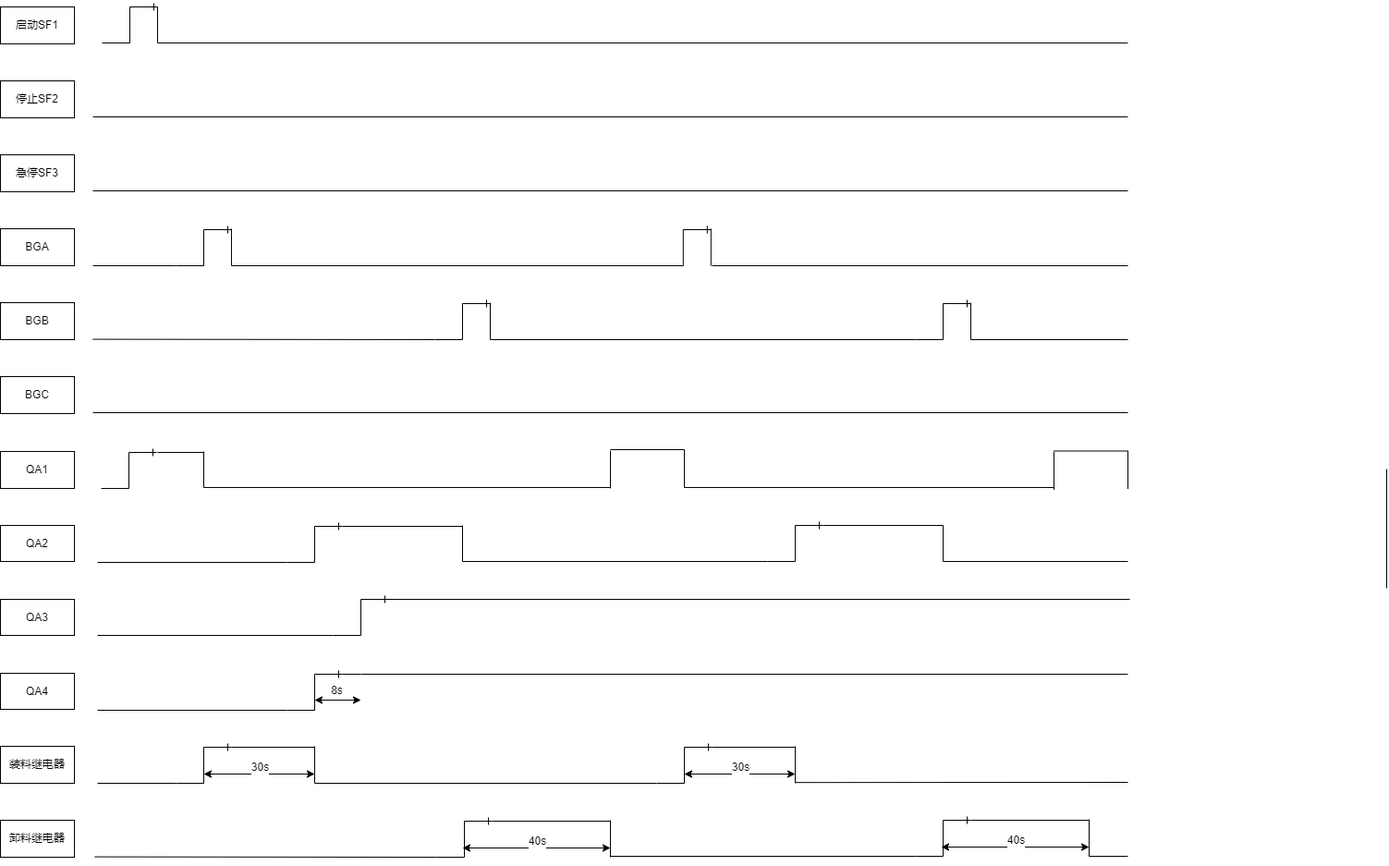
Above: timedia.drawio.png in mj-allk/mjalk (draw.io), before the change. Source tidied: cells renumbered, new cells last; positions are measured from the earlier drawing's top-left corner, leaving out a move shared by most shapes.
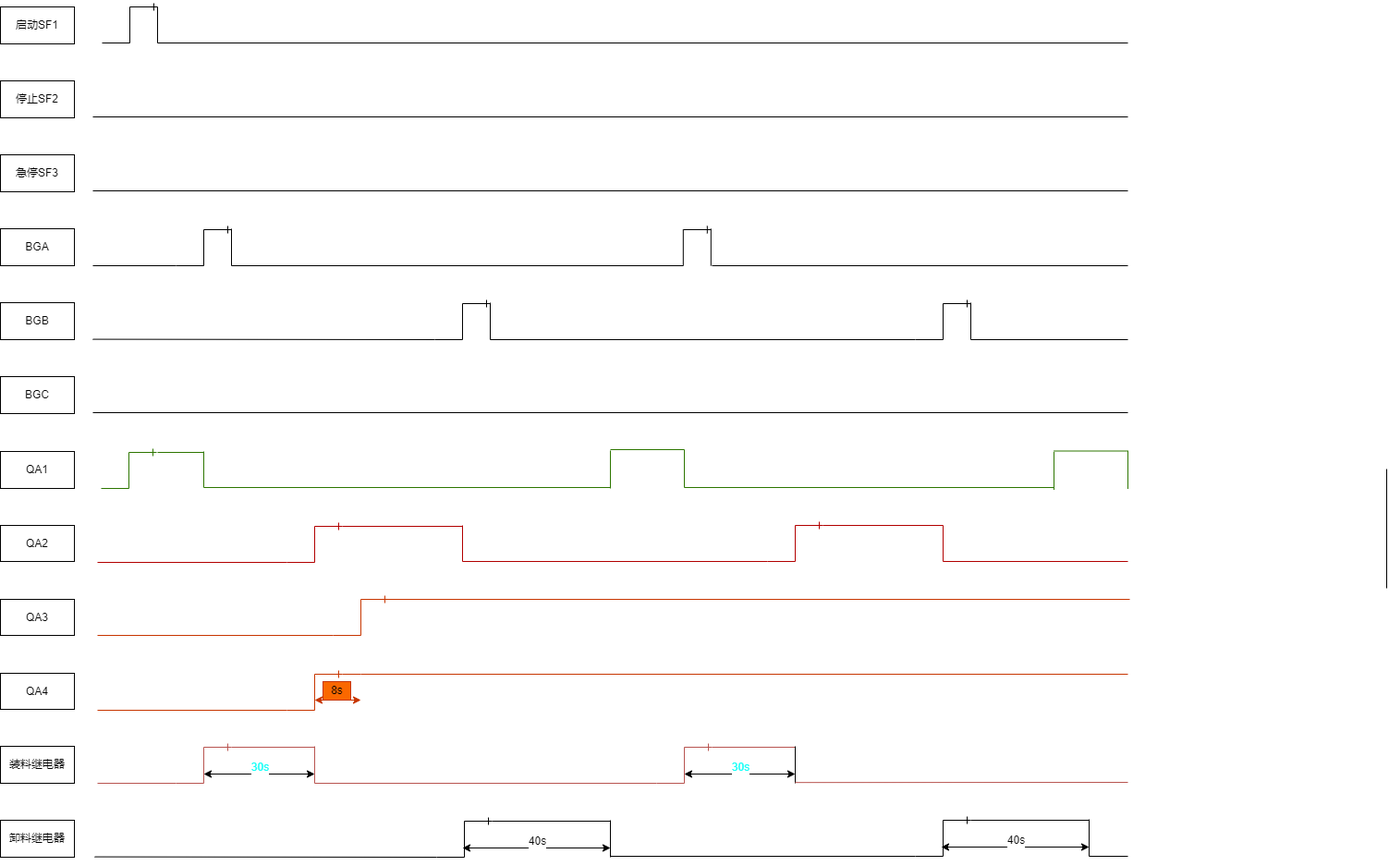
Later version of the same file.

The edit, as a diff of the source:
```diff
@@ -47,13 +47,13 @@
     <mxCell id="14" style="line;strokeWidth=1;dashed=0;labelPosition=right;align=left;verticalAlign=middle;spacingTop=0;spacingLeft=6;" parent="1" vertex="1">
       <mxGeometry x="170" y="34" width="1050" height="10" as="geometry" />
     </mxCell>
-    <mxCell id="15" style="edgeStyle=entityRelationEdgeStyle;fontSize=12;html=1;endArrow=ERone;endFill=1;rounded=0;" parent="1" edge="1">
+    <mxCell id="15" style="edgeStyle=entityRelationEdgeStyle;fontSize=12;html=1;endArrow=ERone;endFill=1;rounded=0;fillColor=#60a917;strokeColor=#2D7600;" parent="1" edge="1">
       <mxGeometry relative="1" as="geometry">
         <mxPoint x="109" y="521" as="sourcePoint" />
         <mxPoint x="169" y="482" as="targetPoint" />
       </mxGeometry>
     </mxCell>
-    <mxCell id="16" style="endArrow=none;html=1;rounded=0;" parent="1" edge="1">
+    <mxCell id="16" style="endArrow=none;html=1;rounded=0;fillColor=#60a917;strokeColor=#2D7600;" parent="1" edge="1">
       <mxGeometry relative="1" as="geometry">
         <mxPoint x="170" y="482" as="sourcePoint" />
         <mxPoint x="220" y="482" as="targetPoint" />
@@ -71,10 +71,10 @@
         <mxPoint x="250" y="241" as="targetPoint" />
       </mxGeometry>
     </mxCell>
-    <mxCell id="19" style="line;strokeWidth=1;dashed=0;labelPosition=right;align=left;verticalAlign=middle;spacingTop=0;spacingLeft=6;" parent="1" vertex="1">
+    <mxCell id="19" style="line;strokeWidth=1;dashed=0;labelPosition=right;align=left;verticalAlign=middle;spacingTop=0;spacingLeft=6;fillColor=#60a917;strokeColor=#2D7600;fontColor=#ffffff;" parent="1" vertex="1">
       <mxGeometry x="220" y="515" width="440" height="10" as="geometry" />
     </mxCell>
-    <mxCell id="20" style="endArrow=none;html=1;rounded=0;" parent="1" edge="1">
+    <mxCell id="20" style="endArrow=none;html=1;rounded=0;fillColor=#60a917;strokeColor=#2D7600;" parent="1" edge="1">
       <mxGeometry relative="1" as="geometry">
         <mxPoint x="220" y="520" as="sourcePoint" />
         <mxPoint x="220" y="481" as="targetPoint" />
@@ -95,28 +95,28 @@
     <mxCell id="24" value="卸料继电器" style="rounded=0;whiteSpace=wrap;html=1;" parent="1" vertex="1">
       <mxGeometry y="880" width="80" height="40" as="geometry" />
     </mxCell>
-    <mxCell id="25" style="line;strokeWidth=1;dashed=0;labelPosition=right;align=left;verticalAlign=middle;spacingTop=0;spacingLeft=6;" parent="1" vertex="1">
+    <mxCell id="25" style="line;strokeWidth=1;dashed=0;labelPosition=right;align=left;verticalAlign=middle;spacingTop=0;spacingLeft=6;fillColor=#f8cecc;gradientColor=#ea6b66;strokeColor=#b85450;" parent="1" vertex="1">
       <mxGeometry x="105" y="835" width="85" height="10" as="geometry" />
     </mxCell>
-    <mxCell id="26" style="edgeStyle=entityRelationEdgeStyle;fontSize=12;html=1;endArrow=ERone;endFill=1;rounded=0;" parent="1" edge="1">
+    <mxCell id="26" style="edgeStyle=entityRelationEdgeStyle;fontSize=12;html=1;endArrow=ERone;endFill=1;rounded=0;fontColor=#14FFF7;fillColor=#f8cecc;gradientColor=#ea6b66;strokeColor=#b85450;" parent="1" edge="1">
       <mxGeometry relative="1" as="geometry">
         <mxPoint x="190" y="840" as="sourcePoint" />
         <mxPoint x="250" y="801" as="targetPoint" />
       </mxGeometry>
     </mxCell>
-    <mxCell id="27" style="endArrow=none;html=1;rounded=0;" parent="1" edge="1">
+    <mxCell id="27" style="endArrow=none;html=1;rounded=0;fontColor=#14FFF7;fillColor=#f8cecc;gradientColor=#ea6b66;strokeColor=#b85450;" parent="1" edge="1">
       <mxGeometry relative="1" as="geometry">
         <mxPoint x="250" y="801" as="sourcePoint" />
         <mxPoint x="340" y="801" as="targetPoint" />
       </mxGeometry>
     </mxCell>
-    <mxCell id="28" style="endArrow=classic;startArrow=classic;html=1;rounded=0;fontSize=18;" parent="1" edge="1">
+    <mxCell id="28" style="endArrow=classic;startArrow=classic;html=1;rounded=0;fontSize=18;fontColor=#14FFF7;" parent="1" edge="1">
       <mxGeometry relative="1" as="geometry">
         <mxPoint x="220" y="830" as="sourcePoint" />
         <mxPoint x="340" y="830" as="targetPoint" />
       </mxGeometry>
     </mxCell>
-    <mxCell id="29" value="&lt;font style=&quot;font-size: 12px&quot;&gt;30s&lt;/font&gt;" style="edgeLabel;html=1;align=center;verticalAlign=middle;fontSize=18;" parent="28" vertex="1">
+    <mxCell id="29" value="&lt;font style=&quot;font-size: 12px&quot;&gt;30s&lt;/font&gt;" style="edgeLabel;html=1;align=center;verticalAlign=middle;fontSize=18;fontColor=#14FFF7;" parent="28" vertex="1">
       <mxGeometry x="0.31" y="-3" relative="1" as="geometry">
         <mxPoint x="-18" y="-13" as="offset" />
       </mxGeometry>
@@ -127,79 +127,79 @@
         <mxPoint x="1500" y="500" as="targetPoint" />
       </mxGeometry>
     </mxCell>
-    <mxCell id="31" style="endArrow=none;html=1;rounded=0;" parent="1" edge="1">
+    <mxCell id="31" style="endArrow=none;html=1;rounded=0;fontColor=#14FFF7;fillColor=#f8cecc;gradientColor=#ea6b66;strokeColor=#b85450;" parent="1" edge="1">
       <mxGeometry relative="1" as="geometry">
         <mxPoint x="340" y="840" as="sourcePoint" />
         <mxPoint x="340" y="800" as="targetPoint" />
       </mxGeometry>
     </mxCell>
-    <mxCell id="32" style="endArrow=none;html=1;rounded=0;" parent="1" edge="1">
+    <mxCell id="32" style="endArrow=none;html=1;rounded=0;fillColor=#e51400;strokeColor=#B20000;" parent="1" edge="1">
       <mxGeometry relative="1" as="geometry">
         <mxPoint x="105" y="601" as="sourcePoint" />
         <mxPoint x="310" y="601" as="targetPoint" />
       </mxGeometry>
     </mxCell>
-    <mxCell id="33" style="edgeStyle=entityRelationEdgeStyle;fontSize=12;html=1;endArrow=ERone;endFill=1;rounded=0;" parent="1" edge="1">
+    <mxCell id="33" style="edgeStyle=entityRelationEdgeStyle;fontSize=12;html=1;endArrow=ERone;endFill=1;rounded=0;fillColor=#e51400;strokeColor=#B20000;" parent="1" edge="1">
       <mxGeometry relative="1" as="geometry">
         <mxPoint x="310" y="601" as="sourcePoint" />
         <mxPoint x="370" y="562" as="targetPoint" />
       </mxGeometry>
     </mxCell>
-    <mxCell id="34" style="endArrow=none;html=1;rounded=0;" parent="1" edge="1">
+    <mxCell id="34" style="endArrow=none;html=1;rounded=0;fontColor=#14FFF7;fillColor=#f8cecc;gradientColor=#ea6b66;strokeColor=#b85450;" parent="1" edge="1">
       <mxGeometry relative="1" as="geometry">
         <mxPoint x="340" y="840" as="sourcePoint" />
         <mxPoint x="710" y="840" as="targetPoint" />
       </mxGeometry>
     </mxCell>
-    <mxCell id="35" style="endArrow=none;html=1;rounded=0;" parent="1" edge="1">
+    <mxCell id="35" style="endArrow=none;html=1;rounded=0;fillColor=#fa6800;strokeColor=#C73500;" parent="1" edge="1">
       <mxGeometry relative="1" as="geometry">
         <mxPoint x="105" y="761" as="sourcePoint" />
         <mxPoint x="310" y="761" as="targetPoint" />
       </mxGeometry>
     </mxCell>
-    <mxCell id="36" style="edgeStyle=entityRelationEdgeStyle;fontSize=12;html=1;endArrow=ERone;endFill=1;rounded=0;" parent="1" edge="1">
+    <mxCell id="36" style="edgeStyle=entityRelationEdgeStyle;fontSize=12;html=1;endArrow=ERone;endFill=1;rounded=0;fillColor=#fa6800;strokeColor=#C73500;" parent="1" edge="1">
       <mxGeometry relative="1" as="geometry">
         <mxPoint x="310" y="761" as="sourcePoint" />
         <mxPoint x="370" y="722" as="targetPoint" />
       </mxGeometry>
     </mxCell>
-    <mxCell id="37" style="endArrow=none;html=1;rounded=0;" parent="1" edge="1">
+    <mxCell id="37" style="endArrow=none;html=1;rounded=0;fillColor=#fa6800;strokeColor=#C73500;" parent="1" edge="1">
       <mxGeometry relative="1" as="geometry">
         <mxPoint x="105" y="680" as="sourcePoint" />
         <mxPoint x="360" y="680" as="targetPoint" />
       </mxGeometry>
     </mxCell>
-    <mxCell id="38" style="edgeStyle=entityRelationEdgeStyle;fontSize=12;html=1;endArrow=ERone;endFill=1;rounded=0;" parent="1" edge="1">
+    <mxCell id="38" style="edgeStyle=entityRelationEdgeStyle;fontSize=12;html=1;endArrow=ERone;endFill=1;rounded=0;fillColor=#fa6800;strokeColor=#C73500;" parent="1" edge="1">
       <mxGeometry relative="1" as="geometry">
         <mxPoint x="360" y="680" as="sourcePoint" />
         <mxPoint x="420" y="641" as="targetPoint" />
       </mxGeometry>
     </mxCell>
-    <mxCell id="39" style="line;strokeWidth=1;dashed=0;labelPosition=right;align=left;verticalAlign=middle;spacingTop=0;spacingLeft=6;fontSize=12;" parent="1" vertex="1">
+    <mxCell id="39" style="line;strokeWidth=1;dashed=0;labelPosition=right;align=left;verticalAlign=middle;spacingTop=0;spacingLeft=6;fontSize=12;fillColor=#fa6800;fontColor=#000000;strokeColor=#C73500;" parent="1" vertex="1">
       <mxGeometry x="370" y="717" width="20" height="10" as="geometry" />
     </mxCell>
-    <mxCell id="40" style="endArrow=classic;startArrow=classic;html=1;rounded=0;fontSize=18;" parent="1" edge="1">
+    <mxCell id="40" style="endArrow=classic;startArrow=classic;html=1;rounded=0;fontSize=18;fillColor=#fa6800;strokeColor=#C73500;" parent="1" edge="1">
       <mxGeometry relative="1" as="geometry">
         <mxPoint x="340" y="750" as="sourcePoint" />
         <mxPoint x="390" y="750" as="targetPoint" />
       </mxGeometry>
     </mxCell>
-    <mxCell id="41" value="8s" style="text;html=1;align=center;verticalAlign=middle;strokeColor=none;fillColor=none;fontSize=12;" parent="1" vertex="1">
+    <mxCell id="41" value="8s" style="text;html=1;align=center;verticalAlign=middle;strokeColor=#C73500;fillColor=#fa6800;fontSize=12;fontColor=#000000;" parent="1" vertex="1">
       <mxGeometry x="349" y="730" width="30" height="20" as="geometry" />
     </mxCell>
-    <mxCell id="42" style="endArrow=none;html=1;rounded=0;fontSize=12;" parent="1" edge="1">
+    <mxCell id="42" style="endArrow=none;html=1;rounded=0;fontSize=12;fillColor=#e51400;strokeColor=#B20000;" parent="1" edge="1">
       <mxGeometry relative="1" as="geometry">
         <mxPoint x="370" y="562" as="sourcePoint" />
         <mxPoint x="500" y="562" as="targetPoint" />
       </mxGeometry>
     </mxCell>
-    <mxCell id="43" style="endArrow=none;html=1;rounded=0;fontSize=12;" parent="1" edge="1">
+    <mxCell id="43" style="endArrow=none;html=1;rounded=0;fontSize=12;fillColor=#fa6800;strokeColor=#C73500;" parent="1" edge="1">
       <mxGeometry relative="1" as="geometry">
         <mxPoint x="412" y="641" as="sourcePoint" />
         <mxPoint x="1222" y="641" as="targetPoint" />
       </mxGeometry>
     </mxCell>
-    <mxCell id="44" style="endArrow=none;html=1;rounded=0;fontSize=12;" parent="1" edge="1">
+    <mxCell id="44" style="endArrow=none;html=1;rounded=0;fontSize=12;fillColor=#fa6800;strokeColor=#C73500;" parent="1" edge="1">
       <mxGeometry relative="1" as="geometry">
         <mxPoint x="390" y="722" as="sourcePoint" />
         <mxPoint x="1220" y="722" as="targetPoint" />
@@ -226,13 +226,13 @@
         <mxPoint x="470" y="360" as="targetPoint" />
       </mxGeometry>
     </mxCell>
-    <mxCell id="49" style="endArrow=none;html=1;rounded=0;" parent="1" edge="1">
+    <mxCell id="49" style="endArrow=none;html=1;rounded=0;fillColor=#e51400;strokeColor=#B20000;" parent="1" edge="1">
       <mxGeometry relative="1" as="geometry">
         <mxPoint x="500" y="600" as="sourcePoint" />
         <mxPoint x="500" y="561" as="targetPoint" />
       </mxGeometry>
     </mxCell>
-    <mxCell id="50" style="line;strokeWidth=1;dashed=0;labelPosition=right;align=left;verticalAlign=middle;spacingTop=0;spacingLeft=6;" parent="1" vertex="1">
+    <mxCell id="50" style="line;strokeWidth=1;dashed=0;labelPosition=right;align=left;verticalAlign=middle;spacingTop=0;spacingLeft=6;fillColor=#e51400;fontColor=#ffffff;strokeColor=#B20000;" parent="1" vertex="1">
       <mxGeometry x="500" y="595" width="330" height="10" as="geometry" />
     </mxCell>
     <mxCell id="51" style="edgeStyle=entityRelationEdgeStyle;fontSize=12;html=1;endArrow=ERone;endFill=1;rounded=0;" parent="1" edge="1">
@@ -270,13 +270,13 @@
     <mxCell id="57" style="line;strokeWidth=1;dashed=0;labelPosition=right;align=left;verticalAlign=middle;spacingTop=0;spacingLeft=6;" parent="1" vertex="1">
       <mxGeometry x="660" y="914" width="330" height="10" as="geometry" />
     </mxCell>
-    <mxCell id="58" style="endArrow=none;html=1;rounded=0;" parent="1" edge="1">
+    <mxCell id="58" style="endArrow=none;html=1;rounded=0;fillColor=#60a917;strokeColor=#2D7600;" parent="1" edge="1">
       <mxGeometry relative="1" as="geometry">
         <mxPoint x="660" y="521" as="sourcePoint" />
         <mxPoint x="660" y="480" as="targetPoint" />
       </mxGeometry>
     </mxCell>
-    <mxCell id="59" style="line;strokeWidth=1;dashed=0;labelPosition=right;align=left;verticalAlign=middle;spacingTop=0;spacingLeft=6;" parent="1" vertex="1">
+    <mxCell id="59" style="line;strokeWidth=1;dashed=0;labelPosition=right;align=left;verticalAlign=middle;spacingTop=0;spacingLeft=6;fillColor=#60a917;strokeColor=#2D7600;fontColor=#ffffff;" parent="1" vertex="1">
       <mxGeometry x="660" y="474" width="80" height="10" as="geometry" />
     </mxCell>
     <mxCell id="60" style="edgeStyle=entityRelationEdgeStyle;fontSize=12;html=1;endArrow=ERone;endFill=1;rounded=0;" parent="1" edge="1">
@@ -291,66 +291,66 @@
         <mxPoint x="768.8" y="240" as="targetPoint" />
       </mxGeometry>
     </mxCell>
-    <mxCell id="62" style="endArrow=none;html=1;rounded=0;" parent="1" edge="1">
+    <mxCell id="62" style="endArrow=none;html=1;rounded=0;fillColor=#60a917;strokeColor=#2D7600;" parent="1" edge="1">
       <mxGeometry relative="1" as="geometry">
         <mxPoint x="740" y="520" as="sourcePoint" />
         <mxPoint x="740" y="479" as="targetPoint" />
       </mxGeometry>
     </mxCell>
-    <mxCell id="63" style="line;strokeWidth=1;dashed=0;labelPosition=right;align=left;verticalAlign=middle;spacingTop=0;spacingLeft=6;" parent="1" vertex="1">
+    <mxCell id="63" style="line;strokeWidth=1;dashed=0;labelPosition=right;align=left;verticalAlign=middle;spacingTop=0;spacingLeft=6;fillColor=#60a917;strokeColor=#2D7600;fontColor=#ffffff;" parent="1" vertex="1">
       <mxGeometry x="740" y="515" width="400" height="10" as="geometry" />
     </mxCell>
     <mxCell id="64" style="line;strokeWidth=1;dashed=0;labelPosition=right;align=left;verticalAlign=middle;spacingTop=0;spacingLeft=6;" parent="1" vertex="1">
       <mxGeometry x="770" y="275" width="450" height="10" as="geometry" />
     </mxCell>
-    <mxCell id="65" style="edgeStyle=entityRelationEdgeStyle;fontSize=12;html=1;endArrow=ERone;endFill=1;rounded=0;" parent="1" edge="1">
+    <mxCell id="65" style="edgeStyle=entityRelationEdgeStyle;fontSize=12;html=1;endArrow=ERone;endFill=1;rounded=0;fontColor=#14FFF7;fillColor=#f8cecc;gradientColor=#ea6b66;strokeColor=#b85450;" parent="1" edge="1">
       <mxGeometry relative="1" as="geometry">
         <mxPoint x="710" y="840" as="sourcePoint" />
         <mxPoint x="770" y="801" as="targetPoint" />
       </mxGeometry>
     </mxCell>
-    <mxCell id="66" style="endArrow=none;html=1;rounded=0;" parent="1" edge="1">
+    <mxCell id="66" style="endArrow=none;html=1;rounded=0;fontColor=#14FFF7;fillColor=#f8cecc;gradientColor=#ea6b66;strokeColor=#b85450;" parent="1" edge="1">
       <mxGeometry relative="1" as="geometry">
         <mxPoint x="770" y="801" as="sourcePoint" />
         <mxPoint x="860" y="801" as="targetPoint" />
       </mxGeometry>
     </mxCell>
-    <mxCell id="67" style="endArrow=classic;startArrow=classic;html=1;rounded=0;fontSize=18;" parent="1" edge="1">
+    <mxCell id="67" style="endArrow=classic;startArrow=classic;html=1;rounded=0;fontSize=18;fontColor=#14FFF7;" parent="1" edge="1">
       <mxGeometry relative="1" as="geometry">
         <mxPoint x="740" y="830" as="sourcePoint" />
         <mxPoint x="860" y="830" as="targetPoint" />
       </mxGeometry>
     </mxCell>
-    <mxCell id="68" value="&lt;font style=&quot;font-size: 12px&quot;&gt;30s&lt;/font&gt;" style="edgeLabel;html=1;align=center;verticalAlign=middle;fontSize=18;" parent="67" vertex="1">
+    <mxCell id="68" value="&lt;font style=&quot;font-size: 12px&quot;&gt;30s&lt;/font&gt;" style="edgeLabel;html=1;align=center;verticalAlign=middle;fontSize=18;fontColor=#14FFF7;" parent="67" vertex="1">
       <mxGeometry x="0.31" y="-3" relative="1" as="geometry">
         <mxPoint x="-18" y="-13" as="offset" />
       </mxGeometry>
     </mxCell>
-    <mxCell id="69" style="endArrow=none;html=1;rounded=0;" parent="1" edge="1">
+    <mxCell id="69" style="endArrow=none;html=1;rounded=0;fontColor=#14FFF7;" parent="1" edge="1">
       <mxGeometry relative="1" as="geometry">
         <mxPoint x="860" y="840" as="sourcePoint" />
         <mxPoint x="860" y="800" as="targetPoint" />
       </mxGeometry>
     </mxCell>
-    <mxCell id="70" style="edgeStyle=entityRelationEdgeStyle;fontSize=12;html=1;endArrow=ERone;endFill=1;rounded=0;" parent="1" edge="1">
+    <mxCell id="70" style="edgeStyle=entityRelationEdgeStyle;fontSize=12;html=1;endArrow=ERone;endFill=1;rounded=0;fillColor=#e51400;strokeColor=#B20000;" parent="1" edge="1">
       <mxGeometry relative="1" as="geometry">
         <mxPoint x="830" y="600" as="sourcePoint" />
         <mxPoint x="890" y="561" as="targetPoint" />
       </mxGeometry>
     </mxCell>
-    <mxCell id="71" style="endArrow=none;html=1;rounded=0;fontSize=12;" parent="1" edge="1">
+    <mxCell id="71" style="endArrow=none;html=1;rounded=0;fontSize=12;fillColor=#e51400;strokeColor=#B20000;" parent="1" edge="1">
       <mxGeometry relative="1" as="geometry">
         <mxPoint x="890" y="561" as="sourcePoint" />
         <mxPoint x="1020" y="561" as="targetPoint" />
       </mxGeometry>
     </mxCell>
-    <mxCell id="72" style="endArrow=none;html=1;rounded=0;" parent="1" edge="1">
+    <mxCell id="72" style="endArrow=none;html=1;rounded=0;fillColor=#e51400;strokeColor=#B20000;" parent="1" edge="1">
       <mxGeometry relative="1" as="geometry">
         <mxPoint x="1020" y="600" as="sourcePoint" />
         <mxPoint x="1020" y="561" as="targetPoint" />
       </mxGeometry>
     </mxCell>
-    <mxCell id="73" style="endArrow=none;html=1;rounded=0;" parent="1" edge="1">
+    <mxCell id="73" style="endArrow=none;html=1;rounded=0;fontColor=#14FFF7;fillColor=#f8cecc;gradientColor=#ea6b66;strokeColor=#b85450;" parent="1" edge="1">
       <mxGeometry relative="1" as="geometry">
         <mxPoint x="860" y="839.2" as="sourcePoint" />
         <mxPoint x="1220" y="839" as="targetPoint" />
@@ -394,7 +394,7 @@
         <mxPoint x="1178" y="879" as="targetPoint" />
       </mxGeometry>
     </mxCell>
-    <mxCell id="81" style="line;strokeWidth=1;dashed=0;labelPosition=right;align=left;verticalAlign=middle;spacingTop=0;spacingLeft=6;" parent="1" vertex="1">
+    <mxCell id="81" style="line;strokeWidth=1;dashed=0;labelPosition=right;align=left;verticalAlign=middle;spacingTop=0;spacingLeft=6;fillColor=#e51400;fontColor=#ffffff;strokeColor=#B20000;" parent="1" vertex="1">
       <mxGeometry x="1020" y="595" width="200" height="10" as="geometry" />
     </mxCell>
     <mxCell id="82" style="line;strokeWidth=1;dashed=0;labelPosition=right;align=left;verticalAlign=middle;spacingTop=0;spacingLeft=6;" parent="1" vertex="1">
@@ -403,16 +403,16 @@
     <mxCell id="83" style="line;strokeWidth=1;dashed=0;labelPosition=right;align=left;verticalAlign=middle;spacingTop=0;spacingLeft=6;" parent="1" vertex="1">
       <mxGeometry x="1178" y="914" width="42" height="10" as="geometry" />
     </mxCell>
-    <mxCell id="84" style="endArrow=none;html=1;rounded=0;" parent="1" edge="1">
+    <mxCell id="84" style="endArrow=none;html=1;rounded=0;fillColor=#60a917;strokeColor=#2D7600;" parent="1" edge="1">
       <mxGeometry relative="1" as="geometry">
         <mxPoint x="1140" y="522.5" as="sourcePoint" />
         <mxPoint x="1140" y="481.5" as="targetPoint" />
       </mxGeometry>
     </mxCell>
-    <mxCell id="85" style="line;strokeWidth=1;dashed=0;labelPosition=right;align=left;verticalAlign=middle;spacingTop=0;spacingLeft=6;" parent="1" vertex="1">
+    <mxCell id="85" style="line;strokeWidth=1;dashed=0;labelPosition=right;align=left;verticalAlign=middle;spacingTop=0;spacingLeft=6;fillColor=#60a917;strokeColor=#2D7600;fontColor=#ffffff;" parent="1" vertex="1">
       <mxGeometry x="1140" y="475.5" width="80" height="10" as="geometry" />
     </mxCell>
-    <mxCell id="86" style="endArrow=none;html=1;rounded=0;" parent="1" edge="1">
+    <mxCell id="86" style="endArrow=none;html=1;rounded=0;fillColor=#60a917;strokeColor=#2D7600;" parent="1" edge="1">
       <mxGeometry relative="1" as="geometry">
         <mxPoint x="1220" y="521.5" as="sourcePoint" />
         <mxPoint x="1220" y="480.5" as="targetPoint" />
```
